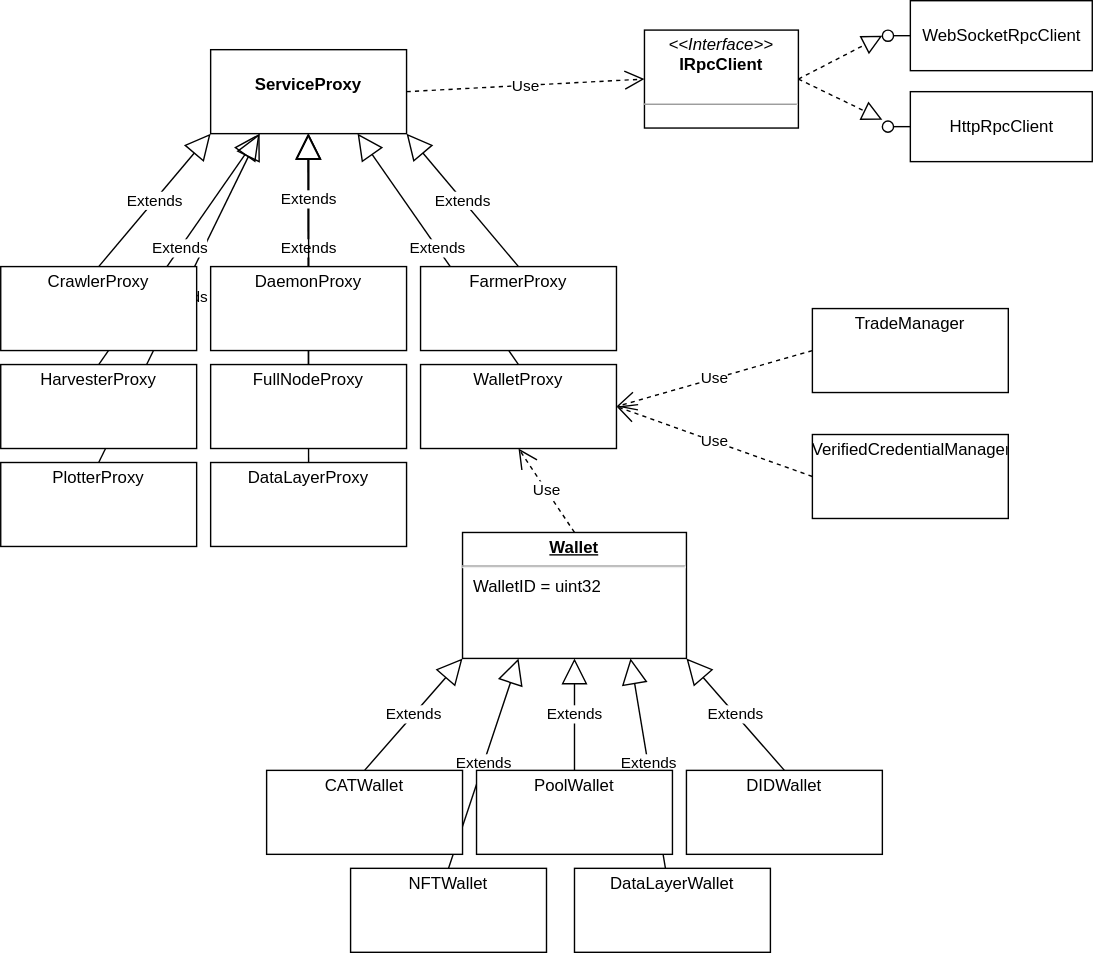
This is src/docfx/images/uml.svg from dkackman/chia-dotnet, a draw.io export, as it was before one commit. Source tidied: cells renumbered, new cells last; positions are measured from the earlier drawing's top-left corner, leaving out a move shared by most shapes.
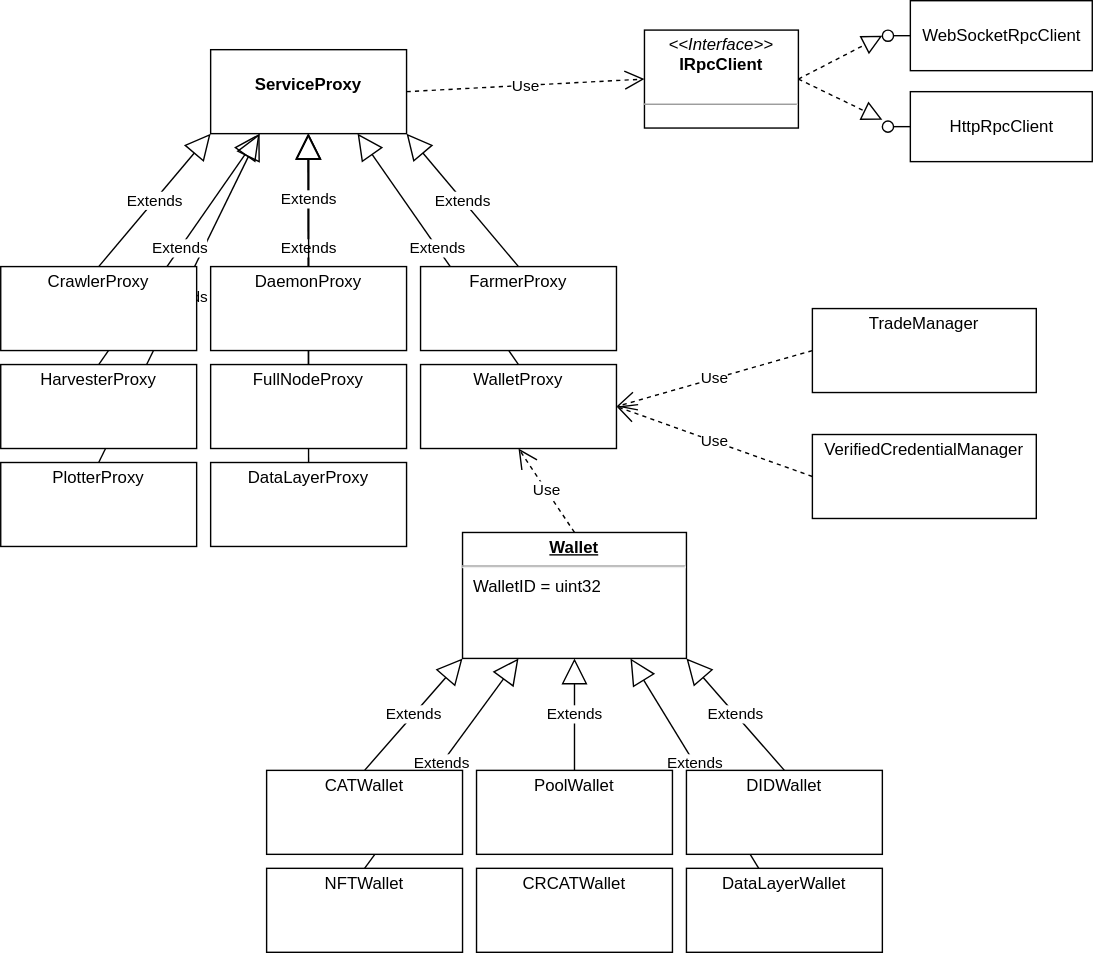
The same file after the commit.

Diff of the diagram source:
```diff
@@ -90,7 +90,7 @@
       <mxGeometry relative="1" as="geometry" />
     </mxCell>
     <mxCell id="29" value="&lt;p style=&quot;margin: 0px ; margin-top: 4px ; text-align: center&quot;&gt;TradeManager&lt;/p&gt;" style="verticalAlign=top;align=left;overflow=fill;fontSize=12;fontFamily=Helvetica;html=1;" parent="1" vertex="1">
-      <mxGeometry x="580" y="220" width="140" height="60" as="geometry" />
+      <mxGeometry x="580" y="220" width="160" height="60" as="geometry" />
     </mxCell>
     <mxCell id="30" value="Use" style="endArrow=open;endSize=12;dashed=1;html=1;entryX=1;entryY=0.5;entryDx=0;entryDy=0;exitX=0;exitY=0.5;exitDx=0;exitDy=0;" parent="1" edge="1" source="29" target="26">
       <mxGeometry relative="1" as="geometry" />
@@ -123,21 +123,24 @@
       <mxGeometry y="330" width="140" height="60" as="geometry" />
     </mxCell>
     <mxCell id="40" value="&lt;p style=&quot;margin: 0px ; margin-top: 4px ; text-align: center&quot;&gt;NFTWallet&lt;/p&gt;" style="verticalAlign=top;align=left;overflow=fill;fontSize=12;fontFamily=Helvetica;html=1;" parent="1" vertex="1">
-      <mxGeometry x="250" y="620" width="140" height="60" as="geometry" />
+      <mxGeometry x="190" y="620" width="140" height="60" as="geometry" />
     </mxCell>
     <mxCell id="41" value="&lt;p style=&quot;margin: 0px ; margin-top: 4px ; text-align: center&quot;&gt;DataLayerProxy&lt;/p&gt;" style="verticalAlign=top;align=left;overflow=fill;fontSize=12;fontFamily=Helvetica;html=1;" parent="1" vertex="1">
       <mxGeometry x="150" y="330" width="140" height="60" as="geometry" />
     </mxCell>
     <mxCell id="42" value="&lt;p style=&quot;margin: 0px ; margin-top: 4px ; text-align: center&quot;&gt;DataLayerWallet&lt;/p&gt;" style="verticalAlign=top;align=left;overflow=fill;fontSize=12;fontFamily=Helvetica;html=1;" parent="1" vertex="1">
-      <mxGeometry x="410" y="620" width="140" height="60" as="geometry" />
+      <mxGeometry x="490" y="620" width="140" height="60" as="geometry" />
     </mxCell>
     <mxCell id="43" value="&lt;p style=&quot;margin: 0px ; margin-top: 4px ; text-align: center&quot;&gt;VerifiedCredentialManager&lt;/p&gt;" style="verticalAlign=top;align=left;overflow=fill;fontSize=12;fontFamily=Helvetica;html=1;" parent="1" vertex="1">
-      <mxGeometry x="580" y="310" width="140" height="60" as="geometry" />
+      <mxGeometry x="580" y="310" width="160" height="60" as="geometry" />
     </mxCell>
     <mxCell id="44" value="Use" style="endArrow=open;endSize=12;dashed=1;html=1;exitX=0;exitY=0.5;exitDx=0;exitDy=0;" parent="1" edge="1" source="43">
       <mxGeometry relative="1" as="geometry">
         <mxPoint x="440" y="290" as="targetPoint" />
       </mxGeometry>
     </mxCell>
+    <mxCell id="45" value="&lt;p style=&quot;margin: 0px ; margin-top: 4px ; text-align: center&quot;&gt;CRCATWallet&lt;/p&gt;" style="verticalAlign=top;align=left;overflow=fill;fontSize=12;fontFamily=Helvetica;html=1;" parent="1" vertex="1">
+      <mxGeometry x="340" y="620" width="140" height="60" as="geometry" />
+    </mxCell>
   </root>
 </mxGraphModel>
```
